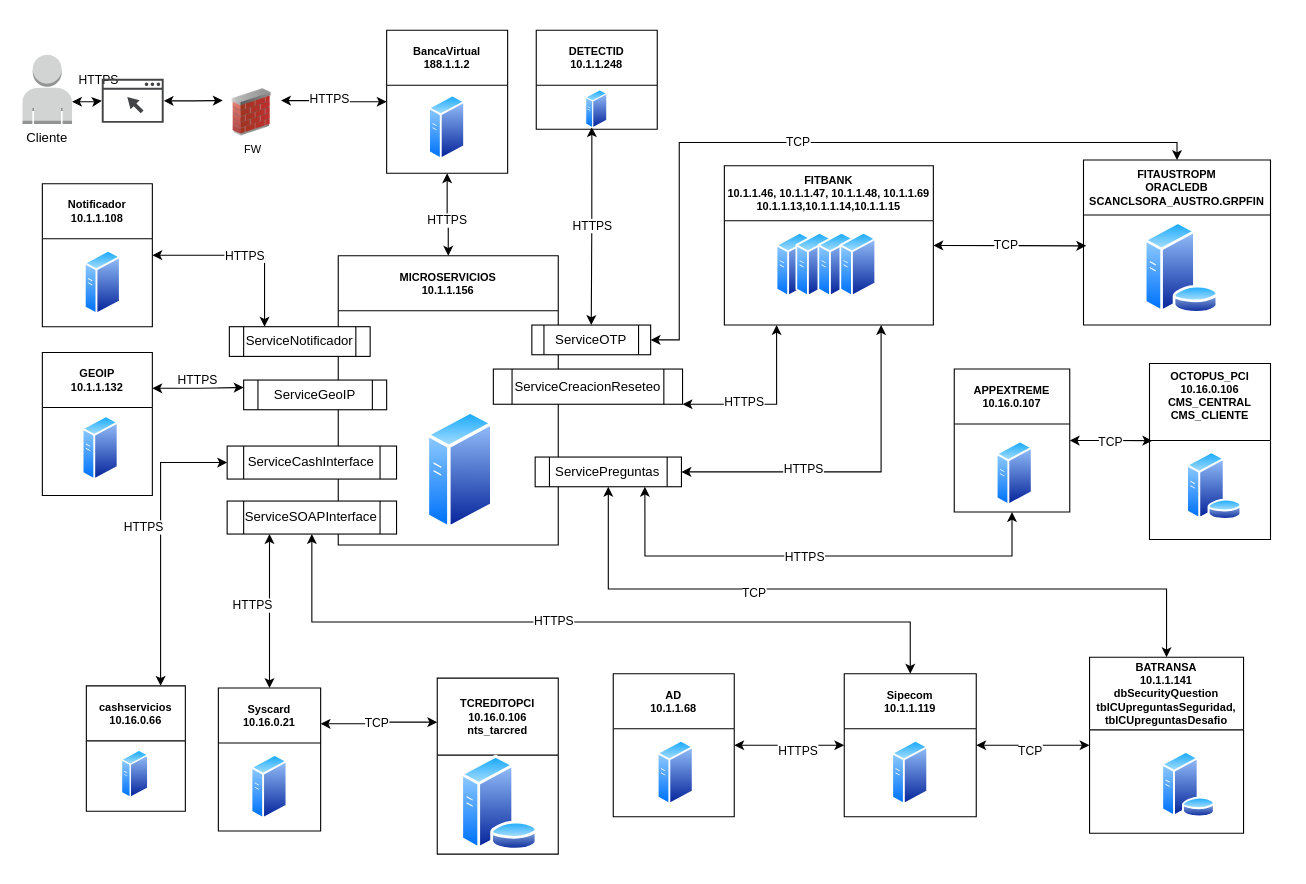
Earlier version of the draw.io diagram page "Final Despliegue" (1 of 8) of CreateUsrBVDiagram.drawio (davidguillermofg/Diagrams). Source tidied: cells renumbered, new cells numbered last; positions are measured from the earlier drawing's top-left corner, leaving out a move shared by most shapes. Both pictures are drawn from the tidied source at 110%, with x=0, y=0 at pixel (19, 30).
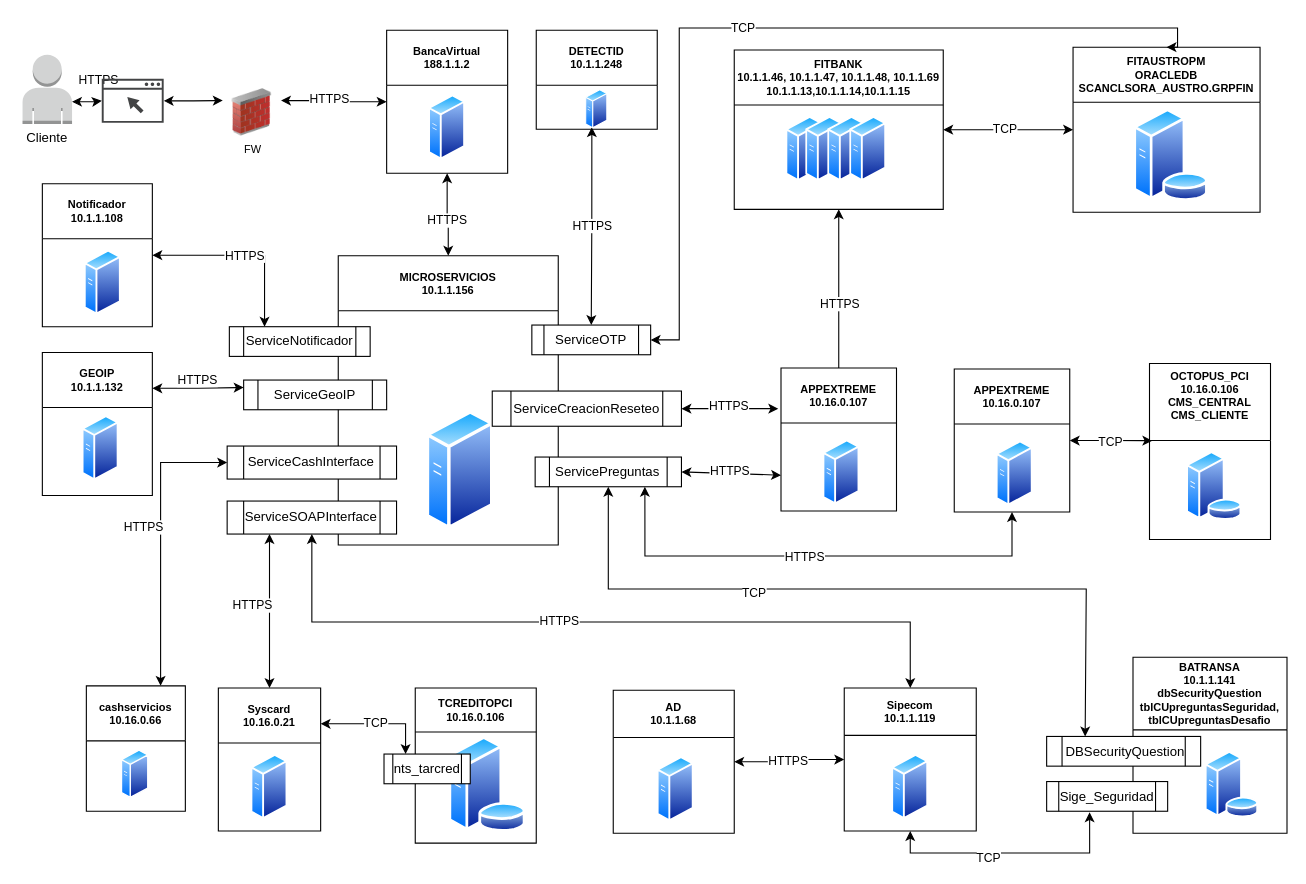
The same page after the edit.

Unchanged cells that the change refers to:
```xml
<mxCell id="29" style="edgeStyle=orthogonalEdgeStyle;rounded=0;jettySize=auto;html=1;entryX=1;entryY=0.5;entryDx=0;entryDy=0;startArrow=classic;startFill=1;exitX=0;exitY=0.5;exitDx=0;exitDy=0;" parent="1" edge="1" source="31" target="61">
  <mxGeometry relative="1" as="geometry" />
</mxCell>
<mxCell id="49" value="Syscard&#10;10.16.0.21" style="swimlane;startSize=50;fontSize=10;" parent="1" vertex="1">
  <mxGeometry x="181" y="598" width="93" height="130" as="geometry" />
</mxCell>
<mxCell id="79" value="ServiceOTP" style="shape=process;whiteSpace=wrap;html=1;backgroundOutline=1;" parent="1" vertex="1">
  <mxGeometry x="466" y="268" width="108" height="27" as="geometry" />
</mxCell>
<mxCell id="80" value="ServicePreguntas" style="shape=process;whiteSpace=wrap;html=1;backgroundOutline=1;" parent="1" vertex="1">
  <mxGeometry x="469" y="388" width="133" height="27" as="geometry" />
</mxCell>
```

What changed in the source:
```diff
@@
     <mxCell id="12" value="BATRANSA&#10;10.1.1.141&#10;dbSecurityQuestion&#10;tblCUpreguntasSeguridad,&#10;tblCUpreguntasDesafio" style="swimlane;startSize=66;fontSize=10;" parent="1" vertex="1">
-      <mxGeometry x="973" y="570" width="140" height="160" as="geometry" />
+      <mxGeometry x="1012.5" y="570" width="140" height="160" as="geometry" />
     </mxCell>
@@
     <mxCell id="19" value="FITAUSTROPM&#10;ORACLEDB&#10;SCANCLSORA_AUSTRO.GRPFIN" style="swimlane;startSize=50;fontSize=10;" parent="1" vertex="1">
-      <mxGeometry x="967.5" y="118" width="170" height="150" as="geometry" />
+      <mxGeometry x="958" y="15.4" width="170" height="150" as="geometry" />
     </mxCell>
@@
     <mxCell id="21" style="edgeStyle=orthogonalEdgeStyle;rounded=0;jettySize=auto;html=1;startArrow=classic;startFill=1;exitX=1;exitY=0.5;exitDx=0;exitDy=0;entryX=0.5;entryY=0;entryDx=0;entryDy=0;" parent="1" edge="1" source="79" target="19">
       <mxGeometry relative="1" as="geometry">
         <Array as="points">
           <mxPoint x="600" y="282" />
-          <mxPoint x="600" y="102" />
-          <mxPoint x="1052" y="102" />
+          <mxPoint x="600" y="-2" />
+          <mxPoint x="1053" y="-2" />
         </Array>
       </mxGeometry>
     </mxCell>
@@
-    <mxCell id="27" style="edgeStyle=orthogonalEdgeStyle;rounded=0;jettySize=auto;html=1;startArrow=classic;startFill=1;exitX=1;exitY=0.5;exitDx=0;exitDy=0;entryX=0;entryY=0.5;entryDx=0;entryDy=0;" parent="1" edge="1" source="31" target="12">
+    <mxCell id="27" style="edgeStyle=orthogonalEdgeStyle;rounded=0;jettySize=auto;html=1;startArrow=classic;startFill=1;exitX=0.5;exitY=1;exitDx=0;exitDy=0;entryX=0.355;entryY=1.037;entryDx=0;entryDy=0;entryPerimeter=0;" parent="1" edge="1" source="31" target="88">
       <mxGeometry relative="1" as="geometry" />
     </mxCell>
@@
     <mxCell id="30" value="HTTPS" style="edgeLabel;html=1;align=center;verticalAlign=middle;" parent="29" vertex="1">
       <mxGeometry x="-0.15" y="3" relative="1" as="geometry">
-        <mxPoint y="1" as="offset" />
+        <mxPoint x="-9" y="-3" as="offset" />
       </mxGeometry>
     </mxCell>
-    <mxCell id="31" value="Sipecom&#10;10.1.1.119" style="swimlane;startSize=50;fontSize=10;" parent="1" vertex="1">
-      <mxGeometry x="750" y="585" width="120" height="130" as="geometry" />
+    <mxCell id="31" value="Sipecom&#10;10.1.1.119" style="swimlane;startSize=43;fontSize=10;" parent="1" vertex="1">
+      <mxGeometry x="750" y="598" width="120" height="130" as="geometry" />
     </mxCell>
@@
     <mxCell id="39" value="FITBANK&#10;10.1.1.46, 10.1.1.47, 10.1.1.48, 10.1.1.69&#10;10.1.1.13,10.1.1.14,10.1.1.15" style="swimlane;startSize=50;fontSize=10;" parent="1" vertex="1">
-      <mxGeometry x="641" y="123.2" width="190" height="144.8" as="geometry" />
+      <mxGeometry x="650" y="18" width="190" height="144.8" as="geometry" />
     </mxCell>
@@
-    <mxCell id="44" style="rounded=0;jettySize=auto;html=1;startArrow=classic;startFill=1;exitX=1;exitY=0.5;exitDx=0;exitDy=0;" parent="1" edge="1" source="39">
-      <mxGeometry relative="1" as="geometry">
-        <mxPoint x="970" y="196" as="targetPoint" />
-      </mxGeometry>
+    <mxCell id="44" style="rounded=0;jettySize=auto;html=1;startArrow=classic;startFill=1;exitX=1;exitY=0.5;exitDx=0;exitDy=0;entryX=0;entryY=0.5;entryDx=0;entryDy=0;" parent="1" edge="1" source="39" target="19">
+      <mxGeometry relative="1" as="geometry" />
     </mxCell>
@@
-    <mxCell id="53" value="TCREDITOPCI&#10;10.16.0.106&#10;nts_tarcred" style="swimlane;startSize=70;fontSize=10;" parent="1" vertex="1">
-      <mxGeometry x="380" y="589" width="110" height="160" as="geometry" />
+    <mxCell id="53" value="TCREDITOPCI&#10;10.16.0.106" style="swimlane;startSize=40;fontSize=10;" parent="1" vertex="1">
+      <mxGeometry x="360" y="598" width="110" height="141" as="geometry" />
     </mxCell>
     <mxCell id="54" style="perimeter=ellipsePerimeter;html=1;align=center;shadow=0;dashed=0;spacingTop=3;image;image=img/lib/active_directory/database_server.svg;" parent="53" vertex="1">
-      <mxGeometry x="20.8" y="70" width="71.4" height="87.1" as="geometry" />
+      <mxGeometry x="30" y="44" width="71.4" height="87.1" as="geometry" />
     </mxCell>
-    <mxCell id="55" style="edgeStyle=orthogonalEdgeStyle;rounded=0;jettySize=auto;html=1;exitX=1;exitY=0.25;exitDx=0;exitDy=0;startArrow=classic;startFill=1;entryX=0;entryY=0.25;entryDx=0;entryDy=0;" parent="1" edge="1" source="49" target="53">
+    <mxCell id="55" style="edgeStyle=orthogonalEdgeStyle;rounded=0;jettySize=auto;html=1;exitX=1;exitY=0.25;exitDx=0;exitDy=0;startArrow=classic;startFill=1;entryX=0.25;entryY=0;entryDx=0;entryDy=0;" parent="1" edge="1" source="49" target="90">
       <mxGeometry relative="1" as="geometry" />
     </mxCell>
@@
-    <mxCell id="57" style="edgeStyle=orthogonalEdgeStyle;rounded=0;jettySize=auto;html=1;startArrow=classic;startFill=1;exitX=1;exitY=1;exitDx=0;exitDy=0;entryX=0.25;entryY=1;entryDx=0;entryDy=0;" parent="1" edge="1" source="77" target="39">
+    <mxCell id="57" style="rounded=0;orthogonalLoop=1;jettySize=auto;html=1;startArrow=classic;startFill=1;exitX=1;exitY=0.75;exitDx=0;exitDy=0;" parent="1" edge="1">
       <mxGeometry relative="1" as="geometry">
-        <Array as="points">
-          <mxPoint x="688" y="340" />
-        </Array>
+        <mxPoint x="602" y="344" as="sourcePoint" />
+        <mxPoint x="690" y="344" as="targetPoint" />
       </mxGeometry>
     </mxCell>
     <mxCell id="58" value="HTTPS" style="edgeLabel;html=1;align=center;verticalAlign=middle;" parent="57" vertex="1">
-      <mxGeometry x="-0.3" y="3" relative="1" as="geometry" />
+      <mxGeometry x="-0.3" y="3" relative="1" as="geometry">
+        <mxPoint x="11" as="offset" />
+      </mxGeometry>
     </mxCell>
-    <mxCell id="59" style="edgeStyle=orthogonalEdgeStyle;rounded=0;jettySize=auto;html=1;exitX=0.5;exitY=1;exitDx=0;exitDy=0;startArrow=classic;startFill=1;entryX=0.5;entryY=0;entryDx=0;entryDy=0;" parent="1" edge="1" source="80" target="12">
+    <mxCell id="59" style="edgeStyle=orthogonalEdgeStyle;rounded=0;jettySize=auto;html=1;exitX=0.5;exitY=1;exitDx=0;exitDy=0;startArrow=classic;startFill=1;entryX=0.25;entryY=0;entryDx=0;entryDy=0;" parent="1" edge="1" source="80" target="89">
       <mxGeometry relative="1" as="geometry">
         <Array as="points">
           <mxPoint x="536" y="508" />
-          <mxPoint x="1043" y="508" />
+          <mxPoint x="970" y="508" />
         </Array>
       </mxGeometry>
     </mxCell>
@@
-    <mxCell id="61" value="AD&#10;10.1.1.68" style="swimlane;startSize=50;fontSize=10;" parent="1" vertex="1">
-      <mxGeometry x="540" y="585" width="110" height="130" as="geometry" />
+    <mxCell id="61" value="AD&#10;10.1.1.68" style="swimlane;startSize=43;fontSize=10;" parent="1" vertex="1">
+      <mxGeometry x="540" y="600" width="110" height="130" as="geometry" />
     </mxCell>
@@
-    <mxCell id="69" style="rounded=0;jettySize=auto;html=1;startArrow=classic;startFill=1;edgeStyle=orthogonalEdgeStyle;exitX=1;exitY=0.5;exitDx=0;exitDy=0;entryX=0.75;entryY=1;entryDx=0;entryDy=0;" parent="1" edge="1" source="80" target="39">
-      <mxGeometry relative="1" as="geometry">
-        <Array as="points">
-          <mxPoint x="784" y="402" />
-        </Array>
-      </mxGeometry>
+    <mxCell id="69" style="rounded=0;jettySize=auto;html=1;startArrow=classic;startFill=1;exitX=1;exitY=0.5;exitDx=0;exitDy=0;entryX=0;entryY=0.75;entryDx=0;entryDy=0;" parent="1" edge="1" source="80" target="86">
+      <mxGeometry relative="1" as="geometry" />
     </mxCell>
     <mxCell id="70" value="HTTPS" style="edgeLabel;html=1;align=center;verticalAlign=middle;" parent="69" vertex="1">
-      <mxGeometry x="-0.3" y="3" relative="1" as="geometry" />
+      <mxGeometry x="-0.3" y="3" relative="1" as="geometry">
+        <mxPoint x="11" y="1" as="offset" />
+      </mxGeometry>
     </mxCell>
@@
     <mxCell id="77" value="ServiceCreacionReseteo" style="shape=process;whiteSpace=wrap;html=1;backgroundOutline=1;" parent="1" vertex="1">
-      <mxGeometry x="431" y="308" width="172" height="32" as="geometry" />
+      <mxGeometry x="430" y="328" width="172" height="32" as="geometry" />
     </mxCell>
@@
+    <mxCell id="84" style="edgeStyle=orthogonalEdgeStyle;rounded=0;jettySize=auto;html=1;entryX=0.5;entryY=1;entryDx=0;entryDy=0;" parent="1" edge="1" source="86" target="39">
+      <mxGeometry relative="1" as="geometry" />
+    </mxCell>
+    <mxCell id="85" value="HTTPS" style="edgeLabel;html=1;align=center;verticalAlign=middle;" parent="84" vertex="1">
+      <mxGeometry x="-0.18" y="1" relative="1" as="geometry">
+        <mxPoint x="1" as="offset" />
+      </mxGeometry>
+    </mxCell>
+    <mxCell id="86" value="APPEXTREME&#10;10.16.0.107" style="swimlane;startSize=50;fontSize=10;" parent="1" vertex="1">
+      <mxGeometry x="692.5" y="307" width="105" height="130" as="geometry" />
+    </mxCell>
+    <mxCell id="87" style="perimeter=ellipsePerimeter;html=1;align=center;shadow=0;dashed=0;spacingTop=3;image;image=img/lib/active_directory/generic_server.svg;fontSize=10;" parent="86" vertex="1">
+      <mxGeometry x="38.2" y="65" width="33.6" height="60" as="geometry" />
+    </mxCell>
+    <mxCell id="88" value="Sige_Seguridad" style="shape=process;whiteSpace=wrap;html=1;backgroundOutline=1;" parent="1" vertex="1">
+      <mxGeometry x="934" y="683" width="110" height="27" as="geometry" />
+    </mxCell>
+    <mxCell id="89" value="&amp;nbsp;DBSecurityQuestion" style="shape=process;whiteSpace=wrap;html=1;backgroundOutline=1;" parent="1" vertex="1">
+      <mxGeometry x="934" y="642" width="140" height="27" as="geometry" />
+    </mxCell>
+    <mxCell id="90" value="nts_tarcred" style="shape=process;whiteSpace=wrap;html=1;backgroundOutline=1;" parent="1" vertex="1">
+      <mxGeometry x="331.6" y="658" width="78.4" height="27" as="geometry" />
+    </mxCell>
```
